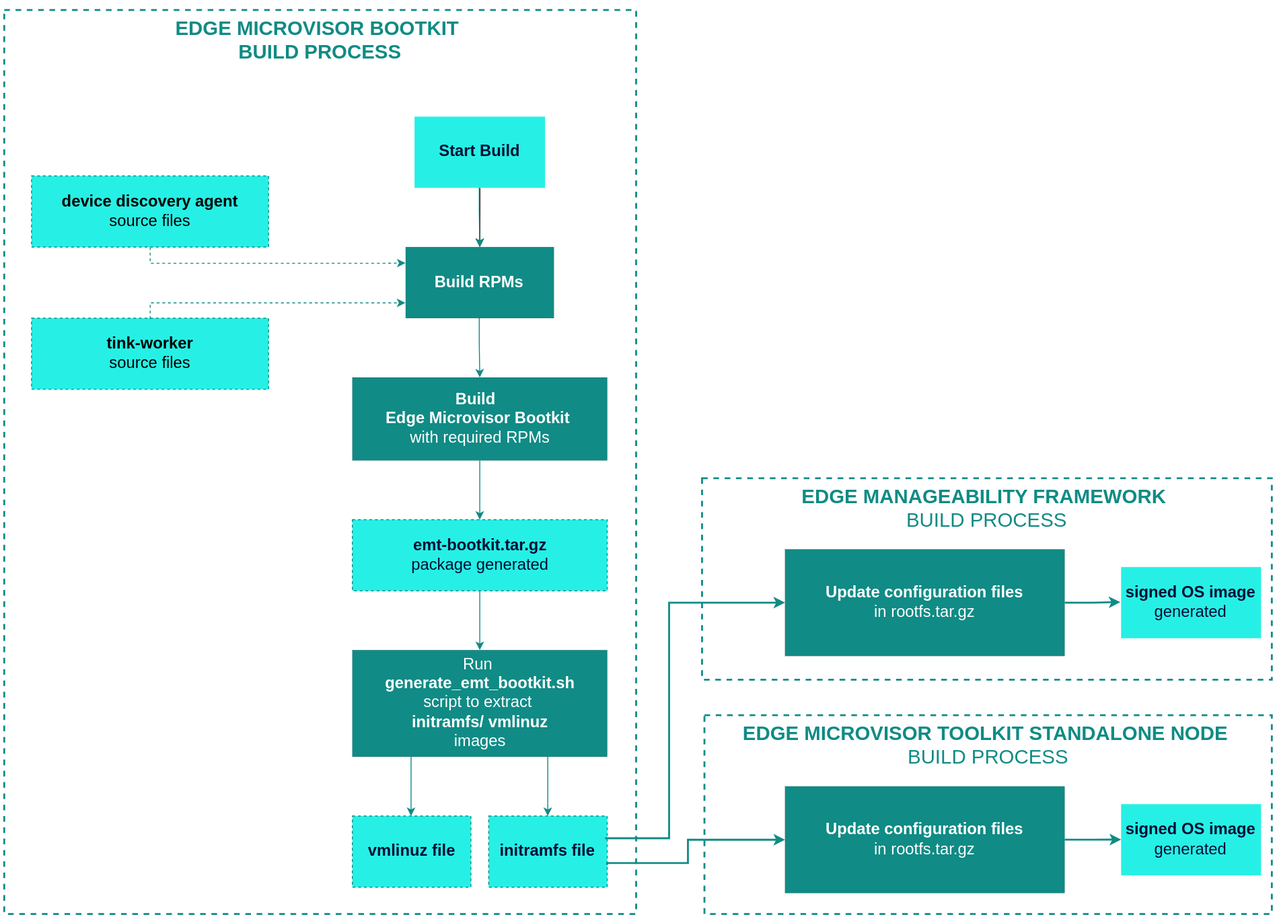
Earlier version of the draw.io export docs/developer-guide/assets/emf-emt-s-build-workflow.drawio.svg (open-edge-platform/edge-microvisor-toolkit). Source tidied: cells renumbered, new cells last; positions are measured from the earlier drawing's top-left corner, leaving out a move shared by most shapes.
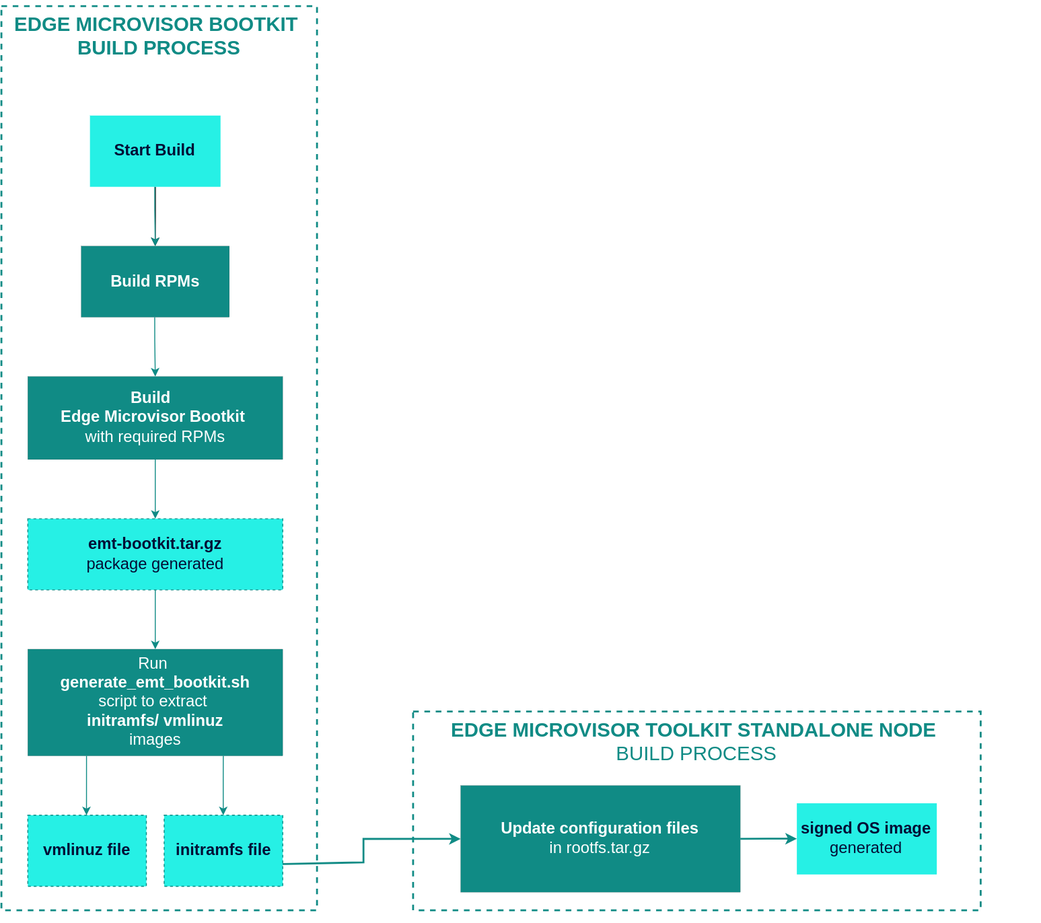
The same diagram one commit later.

What changed in the source:
```diff
@@ -3,16 +3,13 @@
     <mxCell id="0" />
     <mxCell id="1" parent="0" />
     <mxCell id="2" style="rounded=0;whiteSpace=wrap;html=1;strokeColor=none;" parent="1" vertex="1">
-      <mxGeometry width="1356" height="980" as="geometry" />
+      <mxGeometry x="620.6" width="828" height="980" as="geometry" />
     </mxCell>
     <mxCell id="3" value="&lt;div&gt;&lt;b&gt;&lt;font style=&quot;font-size: 21px; color: rgb(16, 139, 133);&quot;&gt;EDGE MICROVISOR TOOLKIT STANDALONE NODE&amp;nbsp;&lt;/font&gt;&lt;/b&gt;&lt;/div&gt;&lt;div&gt;&lt;font style=&quot;font-size: 21px; color: rgb(16, 139, 133);&quot;&gt;BUILD PROCESS&lt;/font&gt;&lt;/div&gt;" style="rounded=0;whiteSpace=wrap;html=1;strokeColor=#108B85;align=center;verticalAlign=top;fontFamily=Helvetica;fontSize=12;fontColor=#108B85;fillColor=none;labelBackgroundColor=none;strokeWidth=2;dashed=1;" parent="1" vertex="1">
-      <mxGeometry x="747.5" y="759" width="602.5" height="211" as="geometry" />
+      <mxGeometry x="782.6" y="756" width="602.5" height="211" as="geometry" />
     </mxCell>
-    <mxCell id="4" value="&lt;div&gt;&lt;b&gt;&lt;font style=&quot;font-size: 21px;&quot;&gt;EDGE MANAGEABILITY FRAMEWORK&amp;nbsp;&lt;/font&gt;&lt;/b&gt;&lt;/div&gt;&lt;div&gt;&lt;font style=&quot;font-size: 21px;&quot;&gt;BUILD PROCESS&lt;/font&gt;&lt;/div&gt;" style="rounded=0;whiteSpace=wrap;html=1;strokeColor=#108B85;align=center;verticalAlign=top;fontFamily=Helvetica;fontSize=12;fontColor=#108B85;fillColor=none;labelBackgroundColor=none;strokeWidth=2;dashed=1;" parent="1" vertex="1">
-      <mxGeometry x="745" y="507.2" width="605" height="214" as="geometry" />
-    </mxCell>
     <mxCell id="5" value="&lt;div&gt;&lt;font style=&quot;font-size: 21px; color: rgb(16, 139, 133);&quot;&gt;&lt;b style=&quot;&quot;&gt;EDGE MICROVISOR BOOTKIT&amp;nbsp;&lt;/b&gt;&lt;/font&gt;&lt;/div&gt;&lt;div&gt;&lt;font style=&quot;font-size: 21px; color: rgb(16, 139, 133);&quot;&gt;&lt;b style=&quot;&quot;&gt;BUILD PROCESS&lt;/b&gt;&lt;/font&gt;&lt;/div&gt;" style="rounded=0;whiteSpace=wrap;html=1;strokeColor=#108B85;align=center;verticalAlign=top;fontFamily=Helvetica;fontSize=12;fontColor=#108B85;fillColor=none;labelBackgroundColor=none;strokeWidth=2;dashed=1;" parent="1" vertex="1">
-      <mxGeometry x="4" y="10" width="671" height="960" as="geometry" />
+      <mxGeometry x="345.6" y="7" width="335" height="960" as="geometry" />
     </mxCell>
     <mxCell id="6" style="edgeStyle=orthogonalEdgeStyle;rounded=0;jettySize=auto;html=1;" parent="1" edge="1" source="7" target="8">
       <mxGeometry relative="1" as="geometry" />
@@ -21,7 +18,7 @@
       <mxGeometry x="439.7" y="123.3" width="138.5" height="75.5" as="geometry" />
     </mxCell>
     <mxCell id="8" value="&lt;div&gt;&lt;b&gt;&lt;font style=&quot;font-size: 17px;&quot;&gt;Build RPMs&lt;/font&gt;&lt;/b&gt;&lt;/div&gt;" style="rounded=0;whiteSpace=wrap;html=1;strokeColor=default;strokeWidth=0;align=center;verticalAlign=middle;fontFamily=Helvetica;fontSize=14;fontColor=#FFFFFF;labelBackgroundColor=none;fillColor=#108B85;" parent="1" vertex="1">
-      <mxGeometry x="430.3" y="261.8" width="157.4" height="75.5" as="geometry" />
+      <mxGeometry x="430.2" y="261.8" width="157.4" height="75.5" as="geometry" />
     </mxCell>
     <mxCell id="9" value="&lt;font style=&quot;font-size: 17px;&quot;&gt;&lt;b&gt;Build&lt;/b&gt;&amp;nbsp;&amp;nbsp;&lt;br&gt;&lt;b&gt;Edge Microvisor Bootkit&lt;/b&gt;&lt;b style=&quot;background-color: transparent; color: light-dark(rgb(255, 255, 255), rgb(18, 18, 18));&quot;&gt;&amp;nbsp;&lt;/b&gt;&lt;/font&gt;&lt;div&gt;&lt;font style=&quot;font-size: 17px;&quot;&gt;&lt;span style=&quot;background-color: transparent; color: light-dark(rgb(255, 255, 255), rgb(18, 18, 18));&quot;&gt;with required&amp;nbsp;&lt;/span&gt;&lt;/font&gt;&lt;span style=&quot;background-color: transparent; color: light-dark(rgb(255, 255, 255), rgb(18, 18, 18));&quot;&gt;&lt;font style=&quot;font-size: 17px;&quot;&gt;RPMs&lt;/font&gt;&lt;/span&gt;&lt;/div&gt;" style="rounded=0;whiteSpace=wrap;html=1;strokeColor=default;strokeWidth=0;align=center;verticalAlign=middle;fontFamily=Helvetica;fontSize=14;fontColor=#FFFFFF;labelBackgroundColor=none;fillColor=#108B85;" parent="1" vertex="1">
       <mxGeometry x="373.6" y="400.2" width="270.6" height="88.1" as="geometry" />
@@ -30,7 +27,7 @@
       <mxGeometry relative="1" as="geometry">
         <mxPoint x="508.4" y="198.8" as="sourcePoint" />
         <Array as="points">
-          <mxPoint x="509" y="224" />
+          <mxPoint x="508.9" y="224" />
         </Array>
       </mxGeometry>
     </mxCell>
@@ -38,8 +35,8 @@
       <mxGeometry relative="1" as="geometry">
         <mxPoint x="508.4" y="337.3" as="sourcePoint" />
         <Array as="points">
-          <mxPoint x="509" y="362.5" />
-          <mxPoint x="509" y="362.5" />
+          <mxPoint x="508.9" y="362.5" />
+          <mxPoint x="508.9" y="362.5" />
         </Array>
       </mxGeometry>
     </mxCell>
@@ -63,37 +60,25 @@
     </mxCell>
     <mxCell id="18" style="edgeStyle=orthogonalEdgeStyle;rounded=0;orthogonalLoop=1;jettySize=auto;html=1;fontFamily=Helvetica;fontSize=11;fontColor=#FFFFFF;strokeColor=#108B85;align=center;verticalAlign=middle;labelBackgroundColor=#108B85;endArrow=classic;entryX=0.5;entryY=0;entryDx=0;entryDy=0;" parent="1" edge="1">
       <mxGeometry relative="1" as="geometry">
-        <mxPoint x="436" y="803.1" as="sourcePoint" />
-        <mxPoint x="436" y="866" as="targetPoint" />
+        <mxPoint x="435.9" y="803.1" as="sourcePoint" />
+        <mxPoint x="435.9" y="866" as="targetPoint" />
         <Array as="points">
           <mxPoint x="435.3" y="828.2" />
         </Array>
       </mxGeometry>
     </mxCell>
-    <mxCell id="19" value="&lt;div&gt;&lt;b&gt;&lt;font style=&quot;font-size: 17px; color: rgb(0, 0, 0);&quot;&gt;device discovery agent&lt;/font&gt;&lt;/b&gt;&lt;/div&gt;&lt;div&gt;&lt;font style=&quot;font-size: 17px; color: rgb(0, 0, 0);&quot;&gt;source files&lt;/font&gt;&lt;/div&gt;" style="rounded=0;whiteSpace=wrap;html=1;strokeColor=#108B85;strokeWidth=1;align=center;verticalAlign=middle;fontFamily=Helvetica;fontSize=12;fontColor=#FFFFFF;labelBackgroundColor=none;fillColor=#26F0E5;dashed=1;" parent="1" vertex="1">
-      <mxGeometry x="33" y="186.2" width="251.8" height="75.5" as="geometry" />
-    </mxCell>
-    <mxCell id="20" value="&lt;div&gt;&lt;font style=&quot;font-size: 17px; color: rgb(0, 0, 0);&quot;&gt;&lt;b style=&quot;&quot;&gt;tink-worker&lt;/b&gt;&lt;/font&gt;&lt;/div&gt;&lt;div&gt;&lt;font style=&quot;font-size: 17px; color: rgb(0, 0, 0);&quot;&gt;source files&lt;/font&gt;&lt;/div&gt;" style="rounded=0;whiteSpace=wrap;html=1;strokeColor=#108B85;strokeWidth=1;align=center;verticalAlign=middle;fontFamily=Helvetica;fontSize=12;fontColor=#FFFFFF;labelBackgroundColor=none;fillColor=#26F0E5;dashed=1;" parent="1" vertex="1">
-      <mxGeometry x="33" y="337.3" width="251.8" height="75.5" as="geometry" />
-    </mxCell>
     <mxCell id="21" style="edgeStyle=orthogonalEdgeStyle;rounded=0;orthogonalLoop=1;jettySize=auto;html=1;fontFamily=Helvetica;fontSize=11;fontColor=#FFFFFF;strokeColor=#108B85;align=center;verticalAlign=middle;labelBackgroundColor=#108B85;endArrow=classic;entryX=0.5;entryY=0;entryDx=0;entryDy=0;" parent="1" edge="1">
       <mxGeometry relative="1" as="geometry">
-        <mxPoint x="581.2" y="803.1" as="sourcePoint" />
+        <mxPoint x="581.1" y="803.1" as="sourcePoint" />
         <mxPoint x="581.1" y="866" as="targetPoint" />
         <Array as="points">
           <mxPoint x="580.5" y="828.2" />
         </Array>
       </mxGeometry>
     </mxCell>
-    <mxCell id="22" value="&lt;b style=&quot;&quot;&gt;&lt;font style=&quot;font-size: 17px;&quot;&gt;signed OS image&lt;/font&gt;&lt;/b&gt;&lt;div&gt;&lt;font style=&quot;font-size: 17px;&quot;&gt;generated&lt;/font&gt;&lt;/div&gt;" style="rounded=0;whiteSpace=wrap;html=1;strokeColor=light-dark(#26f0e5, #ededed);strokeWidth=0;align=center;verticalAlign=middle;fontFamily=Helvetica;fontSize=12;fontColor=#040E35;labelBackgroundColor=none;fillColor=#26F0E5;" parent="1" vertex="1">
-      <mxGeometry x="1190" y="601.6" width="148.5" height="75.5" as="geometry" />
-    </mxCell>
     <mxCell id="23" value="&lt;font style=&quot;font-size: 17px;&quot;&gt;&lt;b&gt;Update&amp;nbsp;configuration files&lt;/b&gt;&lt;b style=&quot;&quot;&gt;&lt;br&gt;&lt;/b&gt;&lt;/font&gt;&lt;div&gt;&lt;div&gt;&lt;font style=&quot;font-size: 17px;&quot;&gt;in rootfs.tar.gz&lt;/font&gt;&lt;/div&gt;&lt;/div&gt;" style="rounded=0;whiteSpace=wrap;html=1;strokeColor=default;strokeWidth=0;align=center;verticalAlign=middle;fontFamily=Helvetica;fontSize=14;fontColor=#FFFFFF;labelBackgroundColor=none;fillColor=#108B85;" parent="1" vertex="1">
       <mxGeometry x="833.1" y="834.5" width="296.9" height="113.3" as="geometry" />
     </mxCell>
-    <mxCell id="24" value="&lt;div&gt;&lt;font style=&quot;font-size: 17px;&quot;&gt;&lt;b&gt;Update&amp;nbsp;configuration files&lt;/b&gt; &lt;br&gt;&lt;/font&gt;&lt;div&gt;&lt;div&gt;&lt;font style=&quot;font-size: 17px;&quot;&gt;in rootfs.tar.gz&lt;/font&gt;&lt;/div&gt;&lt;/div&gt;&lt;/div&gt;" style="rounded=0;whiteSpace=wrap;html=1;strokeColor=default;strokeWidth=0;align=center;verticalAlign=middle;fontFamily=Helvetica;fontSize=14;fontColor=#FFFFFF;labelBackgroundColor=none;fillColor=#108B85;" parent="1" vertex="1">
-      <mxGeometry x="833.1" y="582.8" width="296.9" height="113.3" as="geometry" />
-    </mxCell>
     <mxCell id="25" style="edgeStyle=orthogonalEdgeStyle;rounded=0;jettySize=auto;html=1;fontFamily=Helvetica;fontSize=11;fontColor=#FFFFFF;strokeColor=#108B85;align=center;verticalAlign=middle;labelBackgroundColor=#108B85;endArrow=classic;strokeWidth=2;entryX=0;entryY=0.5;entryDx=0;entryDy=0;exitX=0.999;exitY=0.687;exitDx=0;exitDy=0;exitPerimeter=0;" parent="1" edge="1" source="14" target="23">
       <mxGeometry relative="1" as="geometry">
         <Array as="points">
@@ -106,38 +91,6 @@
     <mxCell id="26" value="&lt;b&gt;&lt;font style=&quot;font-size: 17px;&quot;&gt;signed OS image&lt;/font&gt;&lt;/b&gt;&lt;div&gt;&lt;font style=&quot;font-size: 17px;&quot;&gt;generated&lt;/font&gt;&lt;/div&gt;" style="rounded=0;whiteSpace=wrap;html=1;strokeColor=light-dark(#26f0e5, #ededed);strokeWidth=0;align=center;verticalAlign=middle;fontFamily=Helvetica;fontSize=12;fontColor=#040E35;labelBackgroundColor=none;fillColor=#26F0E5;" parent="1" vertex="1">
       <mxGeometry x="1190" y="853.4" width="148.5" height="75.5" as="geometry" />
     </mxCell>
-    <mxCell id="27" style="edgeStyle=orthogonalEdgeStyle;rounded=0;jettySize=auto;html=1;fontFamily=Helvetica;fontSize=11;fontColor=#FFFFFF;strokeColor=#108B85;align=center;verticalAlign=middle;labelBackgroundColor=#108B85;endArrow=classic;entryX=0;entryY=0.5;entryDx=0;entryDy=0;strokeWidth=2;exitX=0.982;exitY=0.312;exitDx=0;exitDy=0;exitPerimeter=0;" parent="1" edge="1" source="14" target="24">
-      <mxGeometry relative="1" as="geometry">
-        <Array as="points">
-          <mxPoint x="710" y="890" />
-          <mxPoint x="710" y="639" />
-        </Array>
-      </mxGeometry>
-    </mxCell>
-    <mxCell id="28" style="edgeStyle=orthogonalEdgeStyle;rounded=0;jettySize=auto;html=1;fontFamily=Helvetica;fontSize=11;fontColor=#FFFFFF;strokeColor=#108B85;align=center;verticalAlign=middle;labelBackgroundColor=#108B85;endArrow=classic;dashed=1;exitX=0.5;exitY=1;exitDx=0;exitDy=0;entryX=-0.002;entryY=0.785;entryDx=0;entryDy=0;entryPerimeter=0;" parent="1" edge="1" target="8">
-      <mxGeometry relative="1" as="geometry">
-        <mxPoint x="159" y="338.2" as="sourcePoint" />
-        <Array as="points">
-          <mxPoint x="159" y="321" />
-        </Array>
-      </mxGeometry>
-    </mxCell>
-    <mxCell id="29" style="edgeStyle=orthogonalEdgeStyle;rounded=0;jettySize=auto;html=1;fontFamily=Helvetica;fontSize=11;fontColor=#FFFFFF;strokeColor=#108B85;align=center;verticalAlign=middle;labelBackgroundColor=#108B85;endArrow=classic;dashed=1;exitX=0.5;exitY=1;exitDx=0;exitDy=0;entryX=-0.001;entryY=0.224;entryDx=0;entryDy=0;entryPerimeter=0;" parent="1" edge="1" target="8">
-      <mxGeometry relative="1" as="geometry">
-        <mxPoint x="159" y="261.8" as="sourcePoint" />
-        <Array as="points">
-          <mxPoint x="159" y="279" />
-          <mxPoint x="409" y="279" />
-        </Array>
-      </mxGeometry>
-    </mxCell>
-    <mxCell id="30" style="edgeStyle=orthogonalEdgeStyle;rounded=0;jettySize=auto;html=1;fontFamily=Helvetica;fontSize=11;fontColor=#FFFFFF;strokeColor=#108B85;align=center;verticalAlign=middle;labelBackgroundColor=#108B85;endArrow=classic;strokeWidth=2;exitX=1;exitY=0.5;exitDx=0;exitDy=0;entryX=-0.006;entryY=0.491;entryDx=0;entryDy=0;entryPerimeter=0;" parent="1" edge="1" source="24" target="22">
-      <mxGeometry relative="1" as="geometry">
-        <Array as="points">
-          <mxPoint x="1160" y="639" />
-        </Array>
-      </mxGeometry>
-    </mxCell>
     <mxCell id="31" style="edgeStyle=orthogonalEdgeStyle;rounded=0;orthogonalLoop=1;jettySize=auto;html=1;fontFamily=Helvetica;fontSize=11;fontColor=#FFFFFF;strokeColor=#108B85;align=center;verticalAlign=middle;labelBackgroundColor=#108B85;endArrow=classic;strokeWidth=2;" parent="1" edge="1">
       <mxGeometry relative="1" as="geometry">
         <mxPoint x="1130" y="891.1" as="sourcePoint" />
```
